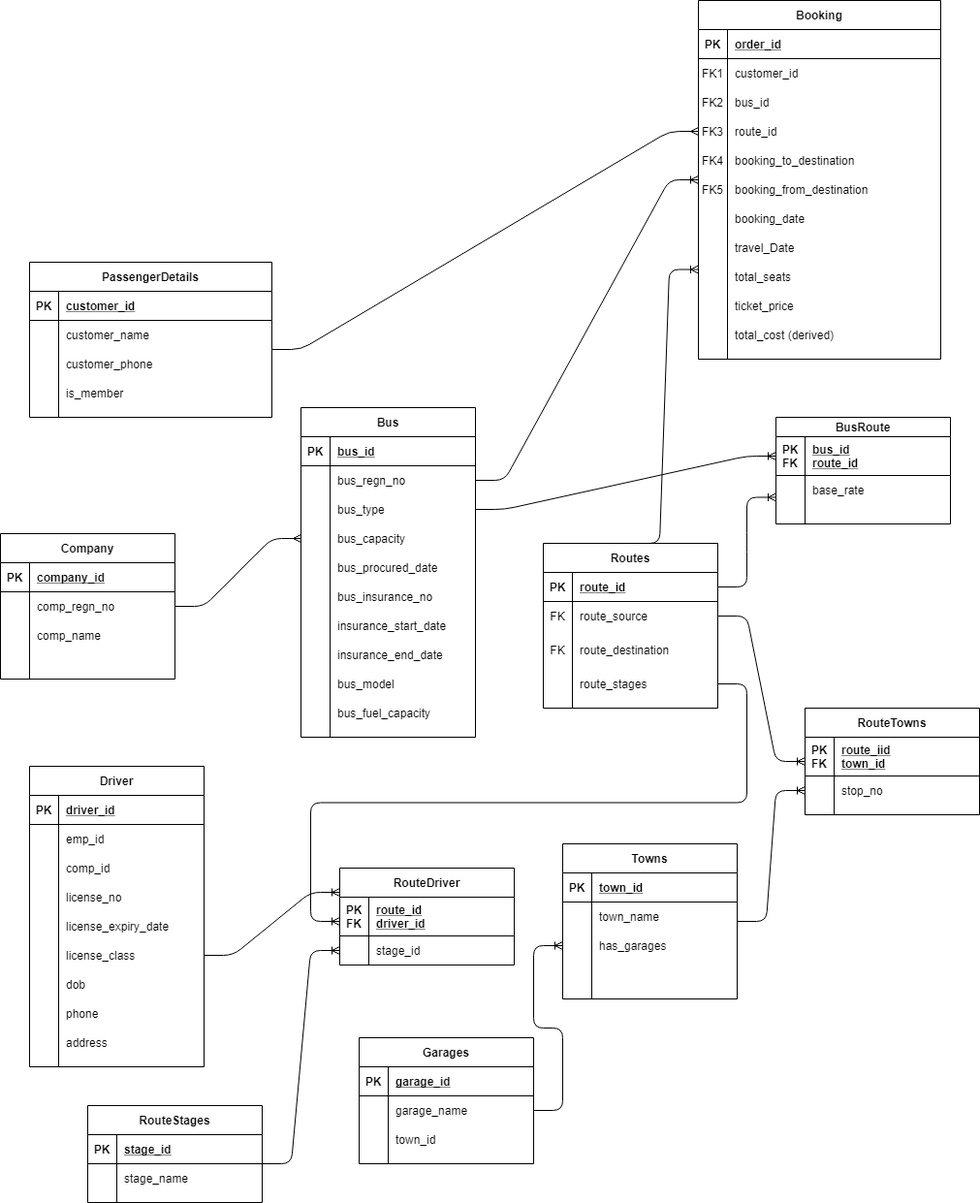
Earlier version of the draw.io export Untitled Diagram.png (hastyhoop/portfolio). Source tidied: cells renumbered, new cells last; positions are measured from the earlier drawing's top-left corner, leaving out a move shared by most shapes.
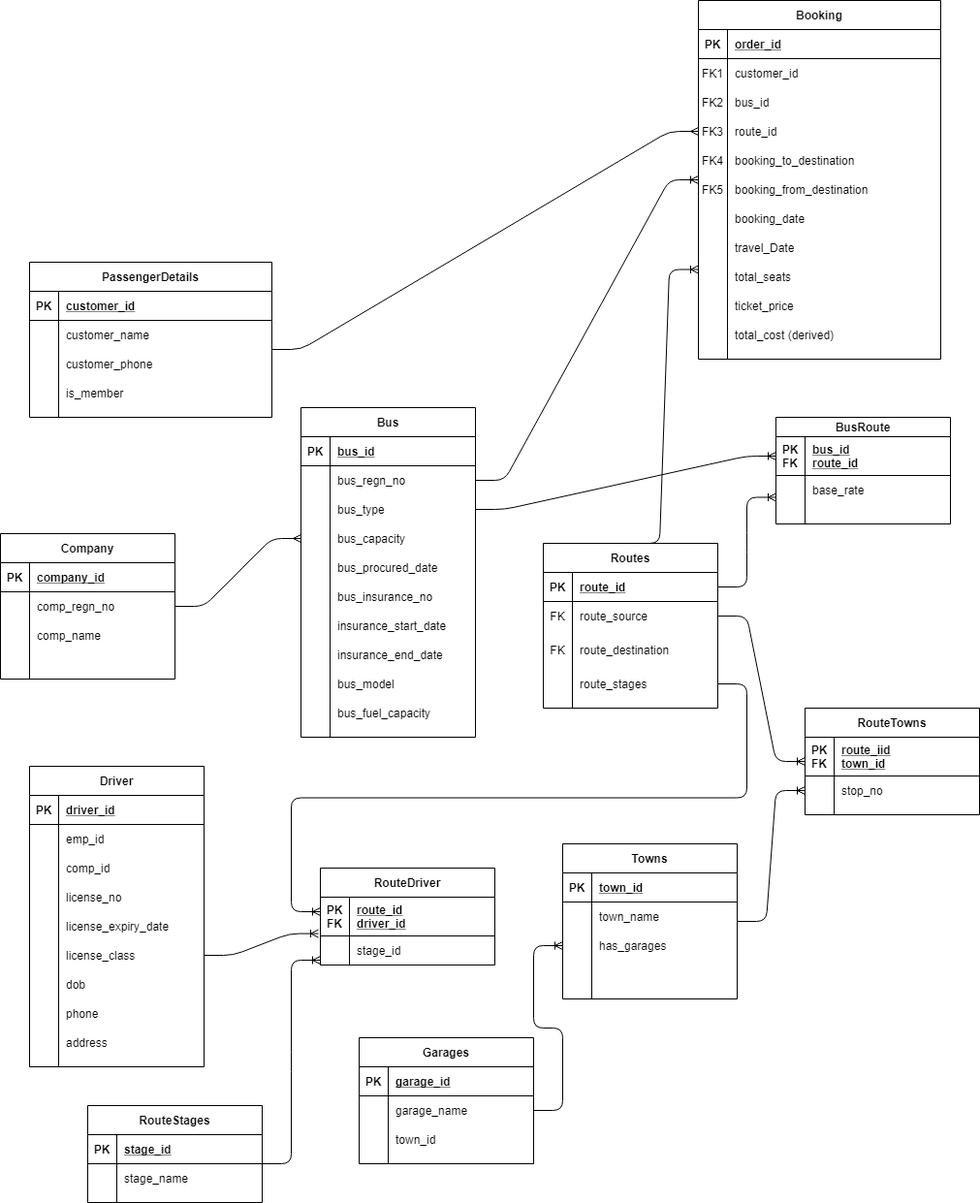
The same file after the commit.

Diff of the diagram source:
```diff
@@ -468,7 +468,7 @@
       <mxGeometry x="30" width="150" height="30" as="geometry" />
     </mxCell>
     <mxCell id="157" value="RouteDriver" style="shape=table;startSize=30;rowLines=0;fontStyle=1;align=center;" parent="1" vertex="1">
-      <mxGeometry x="350" y="895" width="180" height="100" as="geometry" />
+      <mxGeometry x="330" y="895" width="180" height="100" as="geometry" />
     </mxCell>
     <mxCell id="158" style="shape=partialRectangle;fillColor=none;top=0;left=0;bottom=1;right=0;points=[[0,0.5],[1,0.5]];portConstraint=eastwest;" parent="157" vertex="1">
       <mxGeometry y="30" width="180" height="40" as="geometry" />
@@ -565,14 +565,12 @@
     <mxCell id="188" style="edgeStyle=entityRelationEdgeStyle;fontSize=12;html=1;endArrow=ERoneToMany;entryX=0;entryY=0.75;entryDx=0;entryDy=0;exitX=1;exitY=0.5;exitDx=0;exitDy=0;" parent="1" edge="1" source="81" target="171">
       <mxGeometry relative="1" as="geometry" />
     </mxCell>
-    <mxCell id="189" style="edgeStyle=entityRelationEdgeStyle;fontSize=12;html=1;endArrow=ERoneToMany;exitX=1;exitY=0.5;exitDx=0;exitDy=0;" parent="1" edge="1" source="145">
-      <mxGeometry relative="1" as="geometry">
-        <mxPoint x="350" y="920" as="targetPoint" />
-      </mxGeometry>
+    <mxCell id="189" style="edgeStyle=entityRelationEdgeStyle;fontSize=12;html=1;endArrow=ERoneToMany;exitX=1;exitY=0.5;exitDx=0;exitDy=0;entryX=-0.011;entryY=0.94;entryDx=0;entryDy=0;entryPerimeter=0;" parent="1" edge="1" source="145" target="158">
+      <mxGeometry relative="1" as="geometry" />
     </mxCell>
     <mxCell id="190" style="edgeStyle=entityRelationEdgeStyle;fontSize=12;html=1;endArrow=ERoneToMany;exitX=1;exitY=0.5;exitDx=0;exitDy=0;" parent="1" edge="1" source="90">
       <mxGeometry relative="1" as="geometry">
-        <mxPoint x="350" y="950" as="targetPoint" />
+        <mxPoint x="330" y="940" as="targetPoint" />
       </mxGeometry>
     </mxCell>
     <mxCell id="191" style="edgeStyle=entityRelationEdgeStyle;fontSize=12;html=1;endArrow=ERoneToMany;exitX=1;exitY=0.5;exitDx=0;exitDy=0;entryX=0;entryY=0.5;entryDx=0;entryDy=0;" parent="1" edge="1" source="84" target="178">
@@ -584,7 +582,7 @@
     <mxCell id="193" style="edgeStyle=entityRelationEdgeStyle;fontSize=12;html=1;endArrow=ERoneToMany;" parent="1" edge="1">
       <mxGeometry relative="1" as="geometry">
         <mxPoint x="270" y="1200" as="sourcePoint" />
-        <mxPoint x="350" y="980" as="targetPoint" />
+        <mxPoint x="330" y="990" as="targetPoint" />
       </mxGeometry>
     </mxCell>
     <mxCell id="194" style="edgeStyle=entityRelationEdgeStyle;fontSize=12;html=1;endArrow=ERoneToMany;entryX=0;entryY=0.5;entryDx=0;entryDy=0;" parent="1" edge="1" source="123" target="113">
```
